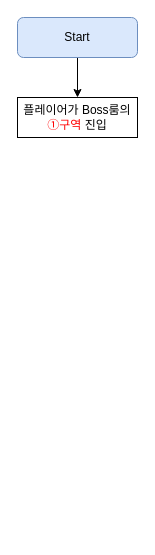
taeseongeom/WA keeps this draw.io diagram as 기획서/차트/플로우차트/Level2BossIntro.drawio. Above is the earlier version. Source tidied: cells renumbered, new cells numbered last; positions are measured from the earlier drawing's top-left corner, leaving out a move shared by most shapes. Both pictures are drawn from the tidied source at 100%, with x=0, y=0 at pixel (17, 17).
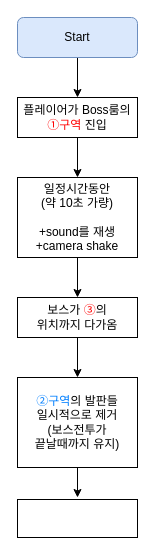
Above is the later version.

The edit, as a diff of the source:
```diff
@@
 <mxGraphModel>
   <root>
     <mxCell id="0" />
     <mxCell id="1" parent="0" />
     <mxCell id="2" style="edgeStyle=orthogonalEdgeStyle;rounded=0;jettySize=auto;html=1;entryX=0.5;entryY=0;entryDx=0;entryDy=0;" parent="1" edge="1" source="4" target="3">
       <mxGeometry relative="1" as="geometry" />
     </mxCell>
+    <mxCell id="5" style="edgeStyle=orthogonalEdgeStyle;rounded=0;jettySize=auto;html=1;exitX=0.5;exitY=1;exitDx=0;exitDy=0;" parent="1" edge="1" source="3" target="7">
+      <mxGeometry relative="1" as="geometry" />
+    </mxCell>
     <mxCell id="3" value="플레이어가 Boss룸의 &lt;font color=&quot;#ff0000&quot;&gt;①구역&lt;/font&gt; 진입" style="rounded=0;whiteSpace=wrap;html=1;" parent="1" vertex="1">
       <mxGeometry y="80" width="120" height="40" as="geometry" />
     </mxCell>
     <mxCell id="4" value="Start" style="rounded=1;whiteSpace=wrap;html=1;fillColor=#dae8fc;strokeColor=#6c8ebf;" parent="1" vertex="1">
       <mxGeometry width="120" height="40" as="geometry" />
     </mxCell>
+    <mxCell id="6" style="edgeStyle=orthogonalEdgeStyle;rounded=0;jettySize=auto;html=1;exitX=0.5;exitY=1;exitDx=0;exitDy=0;" parent="1" edge="1" source="7" target="9">
+      <mxGeometry relative="1" as="geometry" />
+    </mxCell>
+    <mxCell id="7" value="일정시간동안&lt;br&gt;(약 10초 가량)&lt;br&gt;&lt;br&gt;+sound를 재생&lt;br&gt;+camera shake" style="rounded=0;whiteSpace=wrap;html=1;" parent="1" vertex="1">
+      <mxGeometry y="160" width="120" height="80" as="geometry" />
+    </mxCell>
+    <mxCell id="8" style="edgeStyle=orthogonalEdgeStyle;rounded=0;jettySize=auto;html=1;exitX=0.5;exitY=1;exitDx=0;exitDy=0;" parent="1" edge="1" source="9" target="11">
+      <mxGeometry relative="1" as="geometry" />
+    </mxCell>
+    <mxCell id="9" value="보스가 &lt;font color=&quot;#ff0000&quot;&gt;③&lt;/font&gt;의&lt;br&gt;위치까지 다가옴" style="rounded=0;whiteSpace=wrap;html=1;" parent="1" vertex="1">
+      <mxGeometry y="280" width="120" height="40" as="geometry" />
+    </mxCell>
+    <mxCell id="10" style="edgeStyle=orthogonalEdgeStyle;rounded=0;jettySize=auto;html=1;exitX=0.5;exitY=1;exitDx=0;exitDy=0;entryX=0.5;entryY=0;entryDx=0;entryDy=0;" parent="1" edge="1" source="11">
+      <mxGeometry relative="1" as="geometry">
+        <mxPoint x="60" y="480" as="targetPoint" />
+      </mxGeometry>
+    </mxCell>
+    <mxCell id="11" value="&lt;font color=&quot;#007fff&quot;&gt;②구역&lt;/font&gt;의 발판들&lt;br&gt;일시적으로 제거&lt;br&gt;(보스전투가&lt;br&gt;끝날때까지 유지)" style="rounded=0;whiteSpace=wrap;html=1;" parent="1" vertex="1">
+      <mxGeometry y="360" width="120" height="90" as="geometry" />
+    </mxCell>
+    <mxCell id="12" style="rounded=0;whiteSpace=wrap;html=1;" parent="1" vertex="1">
+      <mxGeometry y="482" width="120" height="38" as="geometry" />
+    </mxCell>
   </root>
 </mxGraphModel>
```
